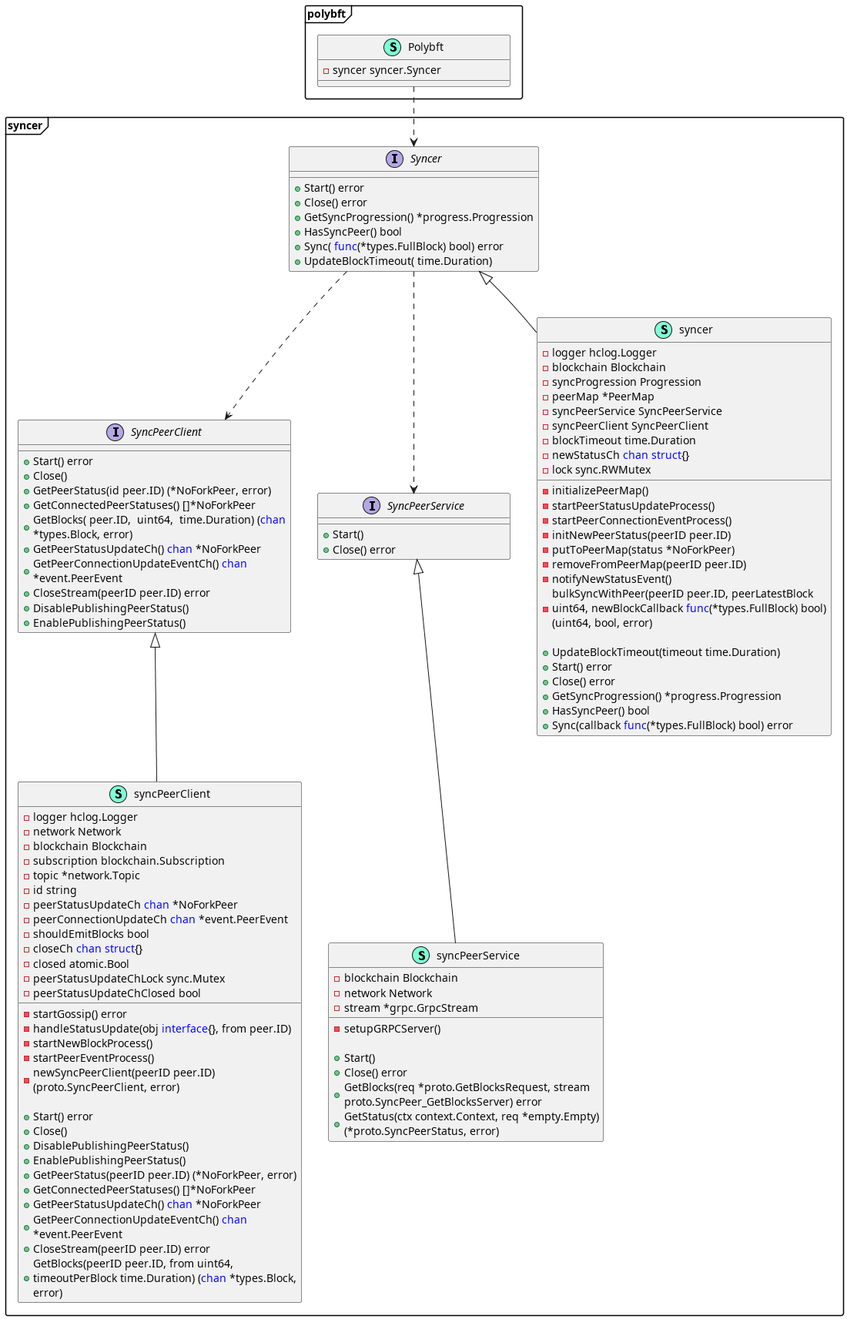
Ethernal-Tech/blade-legacy keeps this PlantUML diagram as gitbook/.gitbook/assets/syncer_sync_process.png. Above is the earlier version.
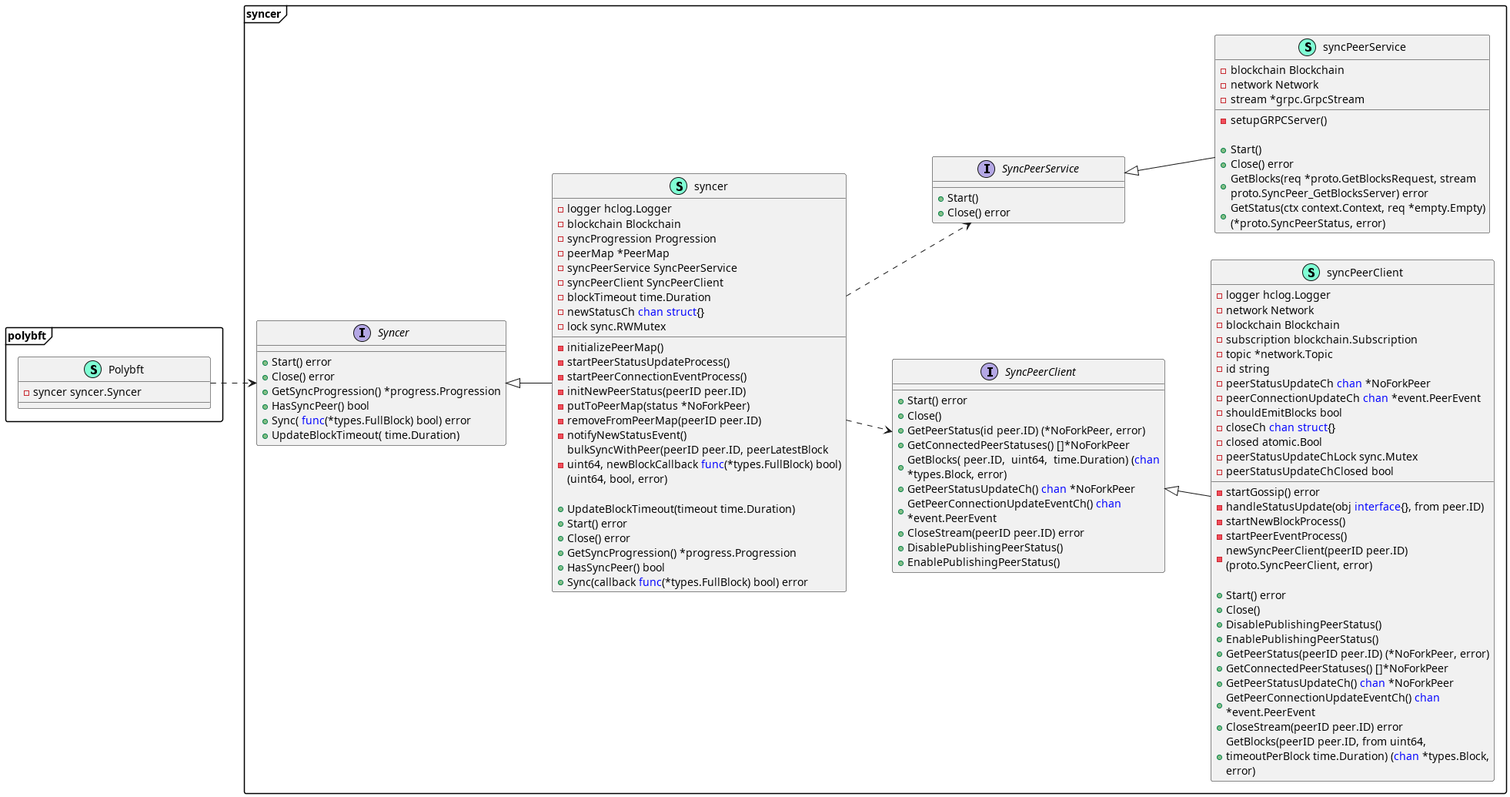
After the commit.

Commit message:
GITBOOK-59: Sync class diagram update

What changed in the source:
```diff
@@ -1,5 +1,6 @@
 @startuml
 skinparam packageStyle frame
+  left to right direction
 <style>
 class {
   MinimumWidth 250
@@ -124,8 +125,8 @@
 "syncer.SyncPeerClient" <|-- "syncer.syncPeerClient"
 "syncer.SyncPeerService" <|-- "syncer.syncPeerService"
 "syncer.Syncer" <|-- "syncer.syncer"
-"syncer.Syncer" ..> "syncer.SyncPeerService"
-"syncer.Syncer" ..> "syncer.SyncPeerClient"
+"syncer.syncer" ..> "syncer.SyncPeerService"
+"syncer.syncer" ..> "syncer.SyncPeerClient"
 "polybft.Polybft" ..> "syncer.Syncer"
 
 @enduml
```
